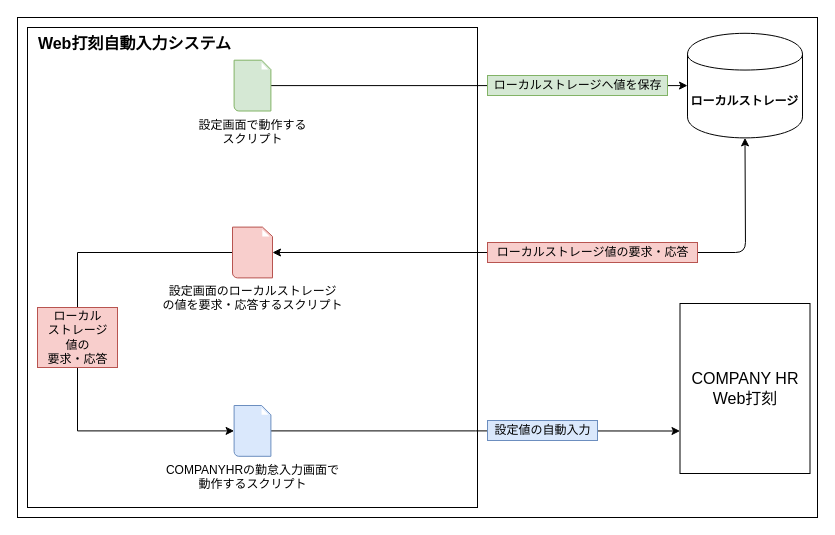
Above: doc/drawio/データフロー.drawio in euphmat/AutoWebDakoku (draw.io), before the change. Source tidied: cells renumbered, new cells numbered last; positions are measured from the earlier drawing's top-left corner, leaving out a move shared by most shapes. Both pictures are drawn from the tidied source at 100%, with x=0, y=0 at pixel (17, 17).
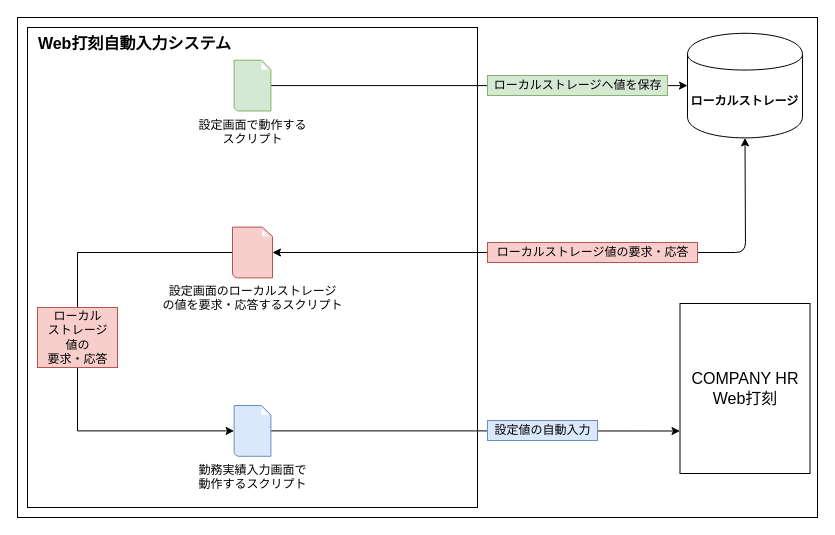
The same diagram, later.

The edit, as a diff of the source:
```diff
@@
-    <mxCell id="8" value="COMPANYHRの勤怠入力画面で&lt;br&gt;動作するスクリプト" style="shadow=0;dashed=0;html=1;strokeColor=#6c8ebf;fillColor=#dae8fc;labelPosition=center;verticalLabelPosition=bottom;verticalAlign=top;align=center;outlineConnect=0;shape=mxgraph.veeam.2d.file;" parent="1" vertex="1">
+    <mxCell id="8" value="勤務実績入力画面で&lt;br&gt;動作するスクリプト" style="shadow=0;dashed=0;html=1;strokeColor=#6c8ebf;fillColor=#dae8fc;labelPosition=center;verticalLabelPosition=bottom;verticalAlign=top;align=center;outlineConnect=0;shape=mxgraph.veeam.2d.file;" parent="1" vertex="1">
       <mxGeometry x="216.6" y="388" width="36.8" height="50.8" as="geometry" />
     </mxCell>
```
